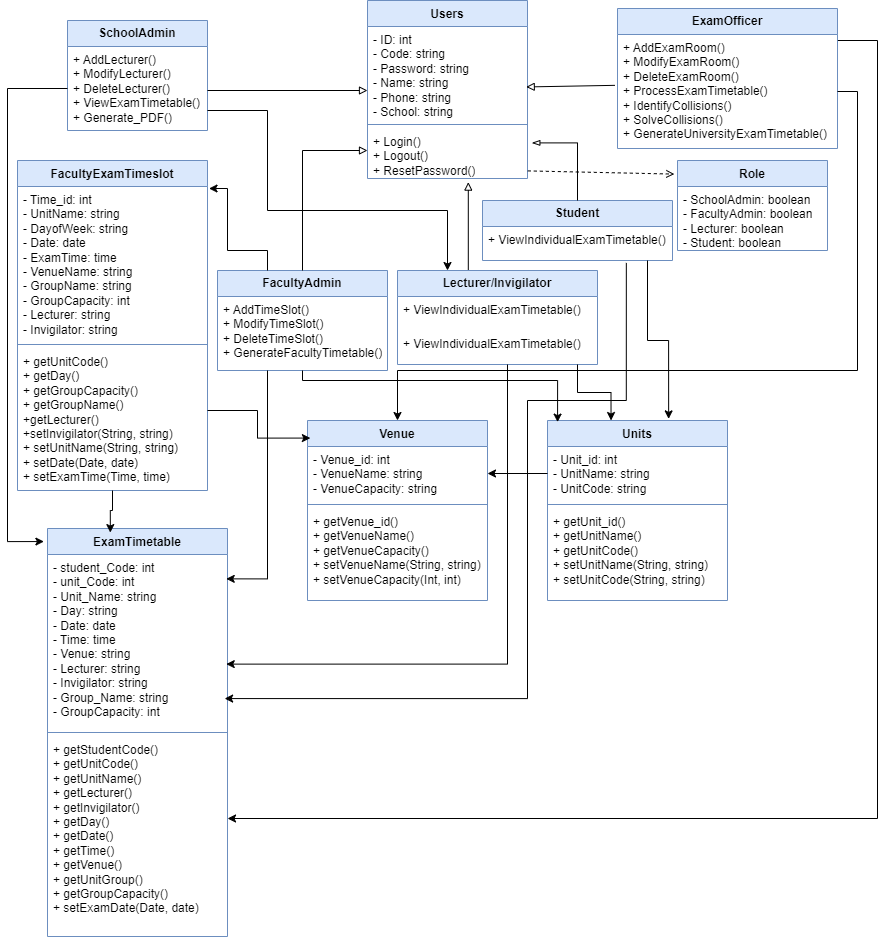
Above: diagrams/class diagram.png in Kathembotsong/Strath_Exam_Schedule (draw.io), before the change. Source tidied: cells renumbered, new cells last; positions are measured from the earlier drawing's top-left corner, leaving out a move shared by most shapes.
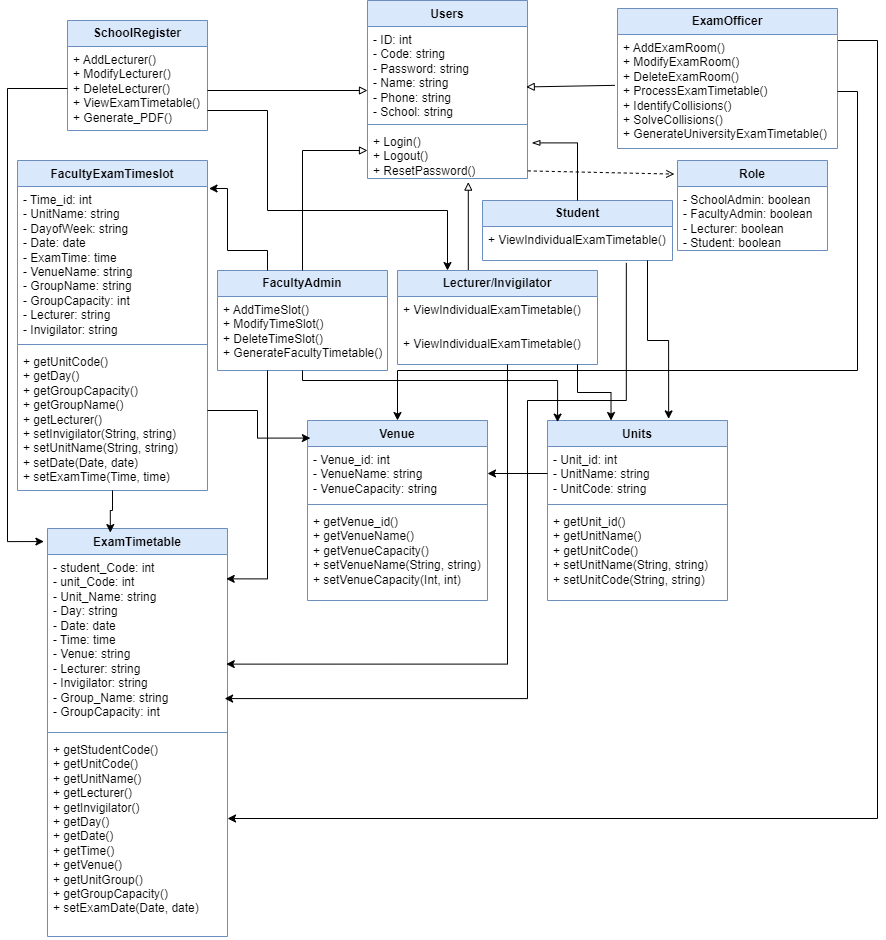
After the commit.

Diff of the diagram source:
```diff
@@ -2,7 +2,7 @@
   <root>
     <mxCell id="0" />
     <mxCell id="1" parent="0" />
-    <mxCell id="2" value="&lt;b&gt;SchoolAdmin&lt;/b&gt;" style="swimlane;fontStyle=0;horizontal=1;startSize=26;fillColor=#dae8fc;whiteSpace=wrap;html=1;strokeColor=#6c8ebf;" parent="1" vertex="1">
+    <mxCell id="2" value="&lt;b&gt;SchoolRegister&lt;/b&gt;" style="swimlane;fontStyle=0;horizontal=1;startSize=26;fillColor=#dae8fc;whiteSpace=wrap;html=1;strokeColor=#6c8ebf;" parent="1" vertex="1">
       <mxGeometry x="60" y="20" width="140" height="110" as="geometry" />
     </mxCell>
     <mxCell id="3" value="+ AddLecturer()&lt;br&gt;+ ModifyLecturer()&lt;br&gt;+ DeleteLecturer()&lt;br&gt;+ ViewExamTimetable()&lt;br&gt;+ Generate_PDF()" style="text;strokeColor=none;fillColor=none;align=left;verticalAlign=top;spacingLeft=4;spacingRight=4;overflow=hidden;points=[[0,0.5],[1,0.5]];portConstraint=eastwest;whiteSpace=wrap;html=1;" parent="2" vertex="1">
@@ -124,7 +124,7 @@
     <mxCell id="38" style="line;strokeWidth=1;fillColor=none;align=left;verticalAlign=middle;spacingTop=-1;spacingLeft=3;spacingRight=3;labelPosition=right;strokeColor=inherit;" parent="36" vertex="1">
       <mxGeometry y="180" width="190" height="8" as="geometry" />
     </mxCell>
-    <mxCell id="39" value="+ getUnitCode()&lt;br&gt;+ getDay()&lt;br&gt;+ getGroupCapacity()&lt;br&gt;+ getGroupName()&lt;br&gt;+getLecturer()&lt;br&gt;+setInvigilator(String, string)&lt;br&gt;+ setUnitName(String, string)&lt;br style=&quot;border-color: var(--border-color);&quot;&gt;+ setDate(Date, date)&lt;br style=&quot;border-color: var(--border-color);&quot;&gt;+ setExamTime(Time, time)" style="text;strokeColor=none;fillColor=none;align=left;verticalAlign=top;spacingLeft=4;spacingRight=4;overflow=hidden;whiteSpace=wrap;html=1;" parent="36" vertex="1">
+    <mxCell id="39" value="+ getUnitCode()&lt;br&gt;+ getDay()&lt;br&gt;+ getGroupCapacity()&lt;br&gt;+ getGroupName()&lt;br&gt;+ getLecturer()&lt;br&gt;+ setInvigilator(String, string)&lt;br&gt;+ setUnitName(String, string)&lt;br style=&quot;border-color: var(--border-color);&quot;&gt;+ setDate(Date, date)&lt;br style=&quot;border-color: var(--border-color);&quot;&gt;+ setExamTime(Time, time)" style="text;strokeColor=none;fillColor=none;align=left;verticalAlign=top;spacingLeft=4;spacingRight=4;overflow=hidden;whiteSpace=wrap;html=1;" parent="36" vertex="1">
       <mxGeometry y="188" width="190" height="142" as="geometry" />
     </mxCell>
     <mxCell id="40" style="edgeStyle=orthogonalEdgeStyle;rounded=0;jettySize=auto;html=1;entryX=1;entryY=0.5;entryDx=0;entryDy=0;" parent="1" edge="1" source="23" target="19">
```
